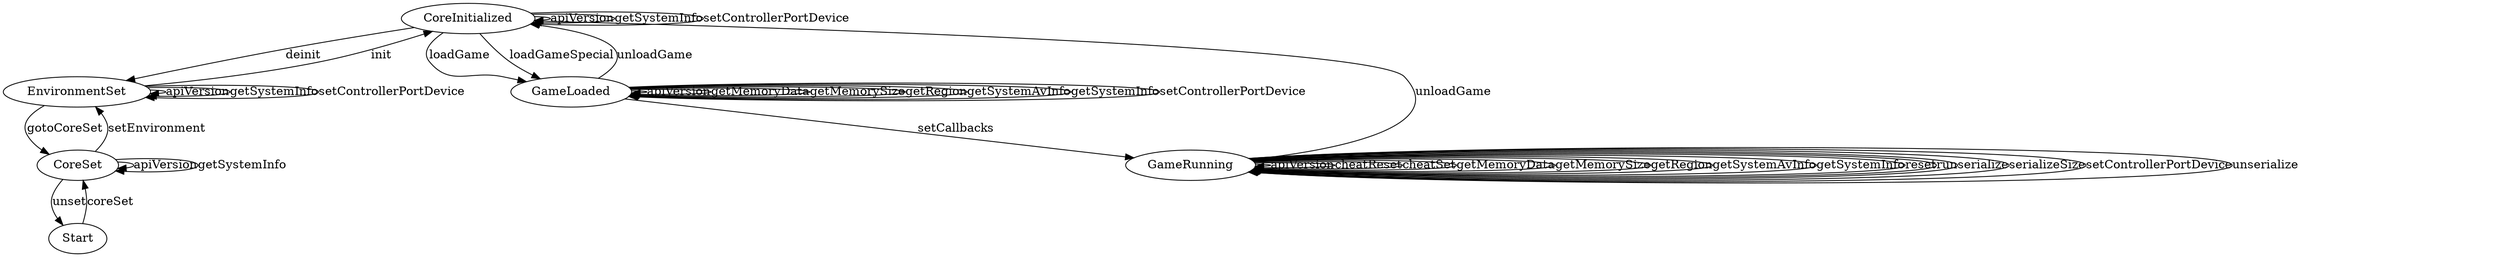
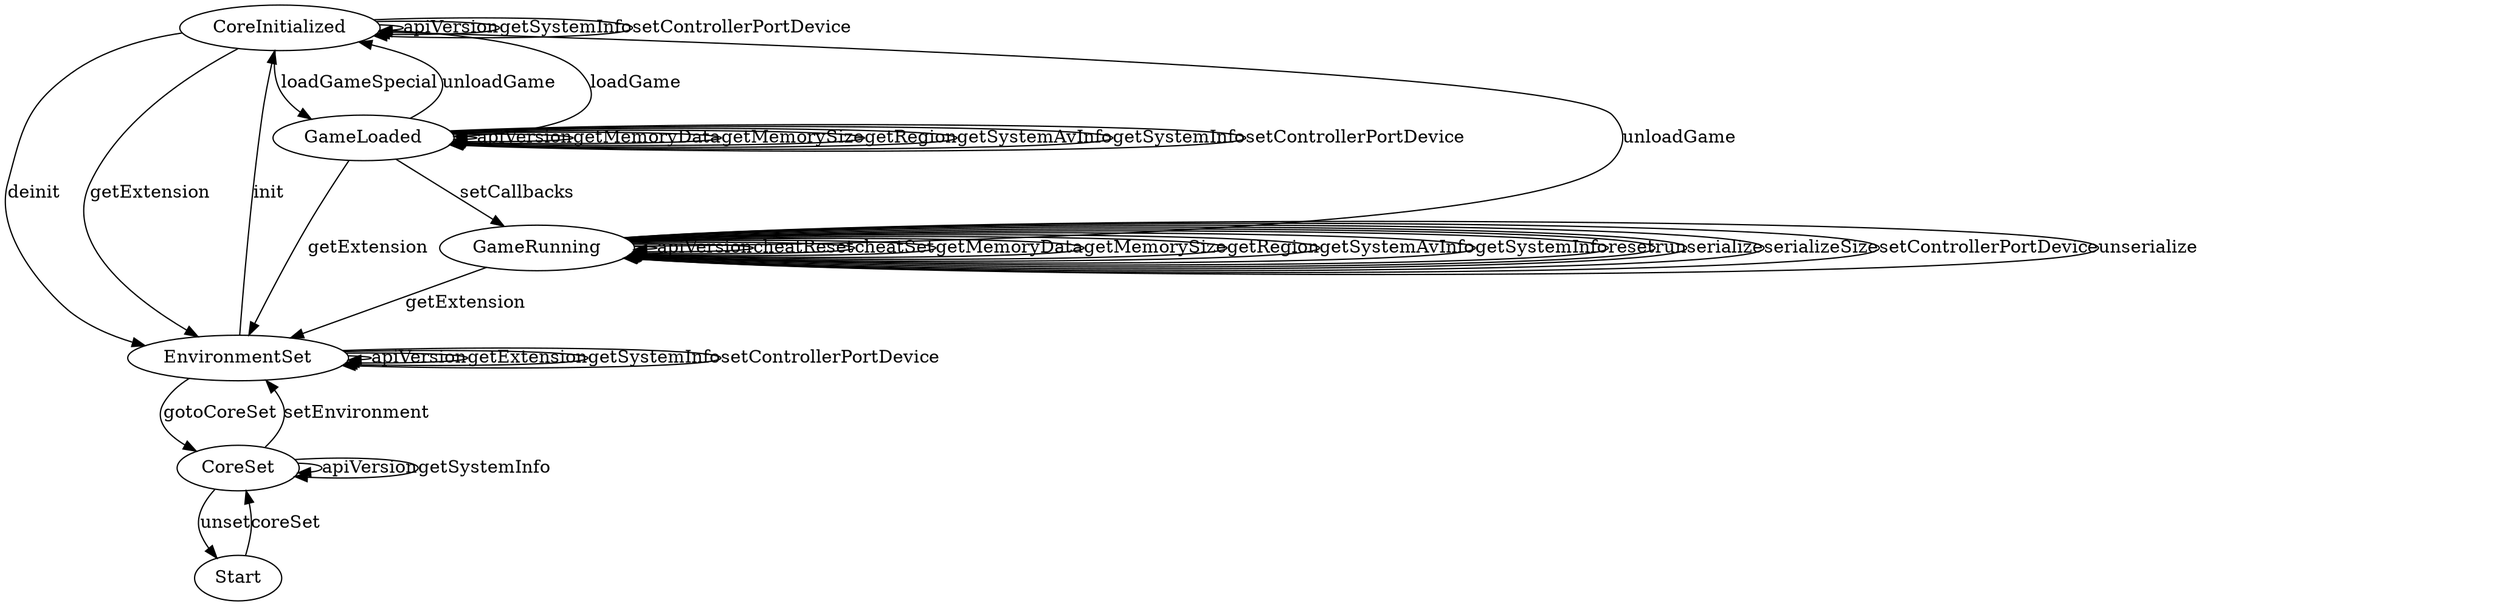
// Generated with FSM compiler, https://github.com/leiradel/luamods/ddlt

digraph CoreFsm {
    CoreInitialized [label="CoreInitialized"];
    CoreSet [label="CoreSet"];
    EnvironmentSet [label="EnvironmentSet"];
    GameLoaded [label="GameLoaded"];
    GameRunning [label="GameRunning"];
    Start [label="Start"];

    CoreInitialized -> CoreInitialized [label="apiVersion"];
    CoreInitialized -> EnvironmentSet [label="deinit"];
+     CoreInitialized -> EnvironmentSet [label="getExtension"];
    CoreInitialized -> CoreInitialized [label="getSystemInfo"];
    CoreInitialized -> GameLoaded [label="loadGame"];
    CoreInitialized -> GameLoaded [label="loadGameSpecial"];
    CoreInitialized -> CoreInitialized [label="setControllerPortDevice"];
    CoreSet -> CoreSet [label="apiVersion"];
    CoreSet -> CoreSet [label="getSystemInfo"];
    CoreSet -> EnvironmentSet [label="setEnvironment"];
    CoreSet -> Start [label="unset"];
    EnvironmentSet -> EnvironmentSet [label="apiVersion"];
+     EnvironmentSet -> EnvironmentSet [label="getExtension"];
    EnvironmentSet -> EnvironmentSet [label="getSystemInfo"];
    EnvironmentSet -> CoreSet [label="gotoCoreSet"];
    EnvironmentSet -> CoreInitialized [label="init"];
    EnvironmentSet -> EnvironmentSet [label="setControllerPortDevice"];
    GameLoaded -> GameLoaded [label="apiVersion"];
+     GameLoaded -> EnvironmentSet [label="getExtension"];
    GameLoaded -> GameLoaded [label="getMemoryData"];
    GameLoaded -> GameLoaded [label="getMemorySize"];
    GameLoaded -> GameLoaded [label="getRegion"];
    GameLoaded -> GameLoaded [label="getSystemAvInfo"];
    GameLoaded -> GameLoaded [label="getSystemInfo"];
    GameLoaded -> GameRunning [label="setCallbacks"];
    GameLoaded -> GameLoaded [label="setControllerPortDevice"];
    GameLoaded -> CoreInitialized [label="unloadGame"];
    GameRunning -> GameRunning [label="apiVersion"];
    GameRunning -> GameRunning [label="cheatReset"];
    GameRunning -> GameRunning [label="cheatSet"];
+     GameRunning -> EnvironmentSet [label="getExtension"];
    GameRunning -> GameRunning [label="getMemoryData"];
    GameRunning -> GameRunning [label="getMemorySize"];
    GameRunning -> GameRunning [label="getRegion"];
    GameRunning -> GameRunning [label="getSystemAvInfo"];
    GameRunning -> GameRunning [label="getSystemInfo"];
    GameRunning -> GameRunning [label="reset"];
    GameRunning -> GameRunning [label="run"];
    GameRunning -> GameRunning [label="serialize"];
    GameRunning -> GameRunning [label="serializeSize"];
    GameRunning -> GameRunning [label="setControllerPortDevice"];
    GameRunning -> CoreInitialized [label="unloadGame"];
    GameRunning -> GameRunning [label="unserialize"];
    Start -> CoreSet [label="coreSet"];
}
